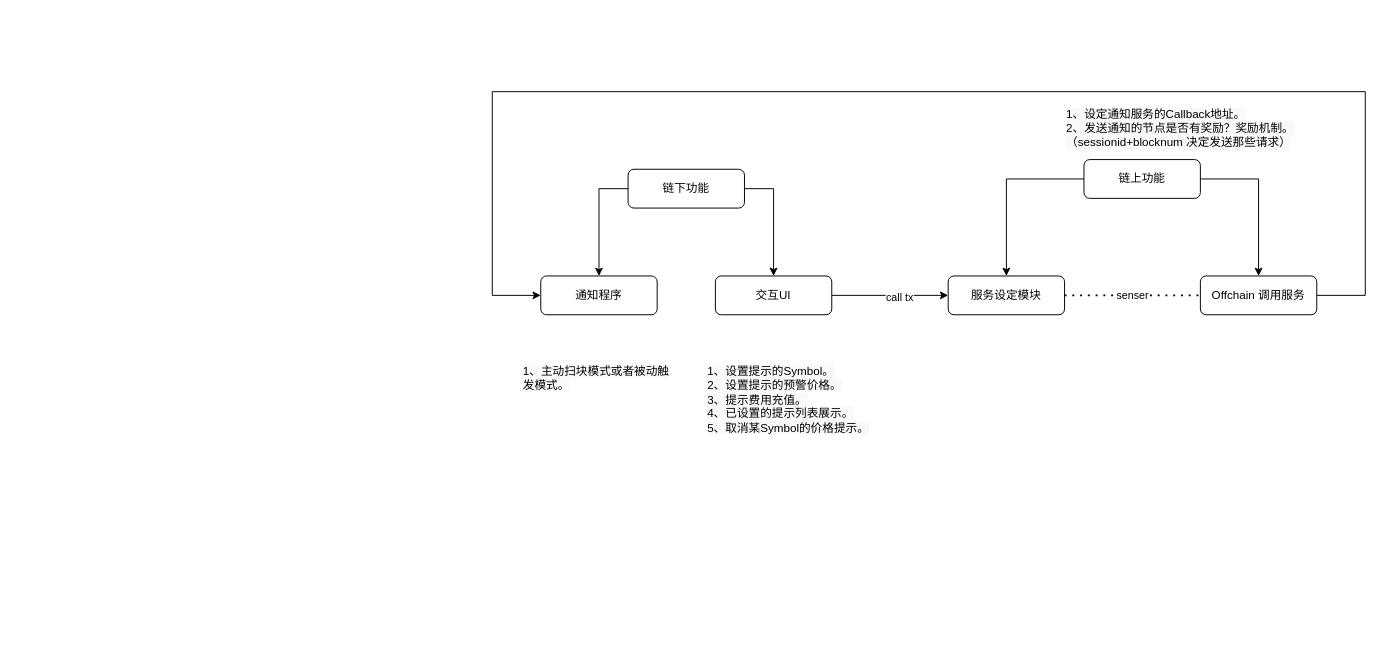
This is page "功能流程" (1 of 5) of 自动报价程序.drawio from kami1983/umls, a draw.io file, before an edit. Source tidied: cells renumbered, new cells numbered last; positions are measured from the earlier drawing's top-left corner, leaving out a move shared by most shapes. Both pictures are drawn from the tidied source at 97%, with x=0, y=0 at pixel (492, 91).
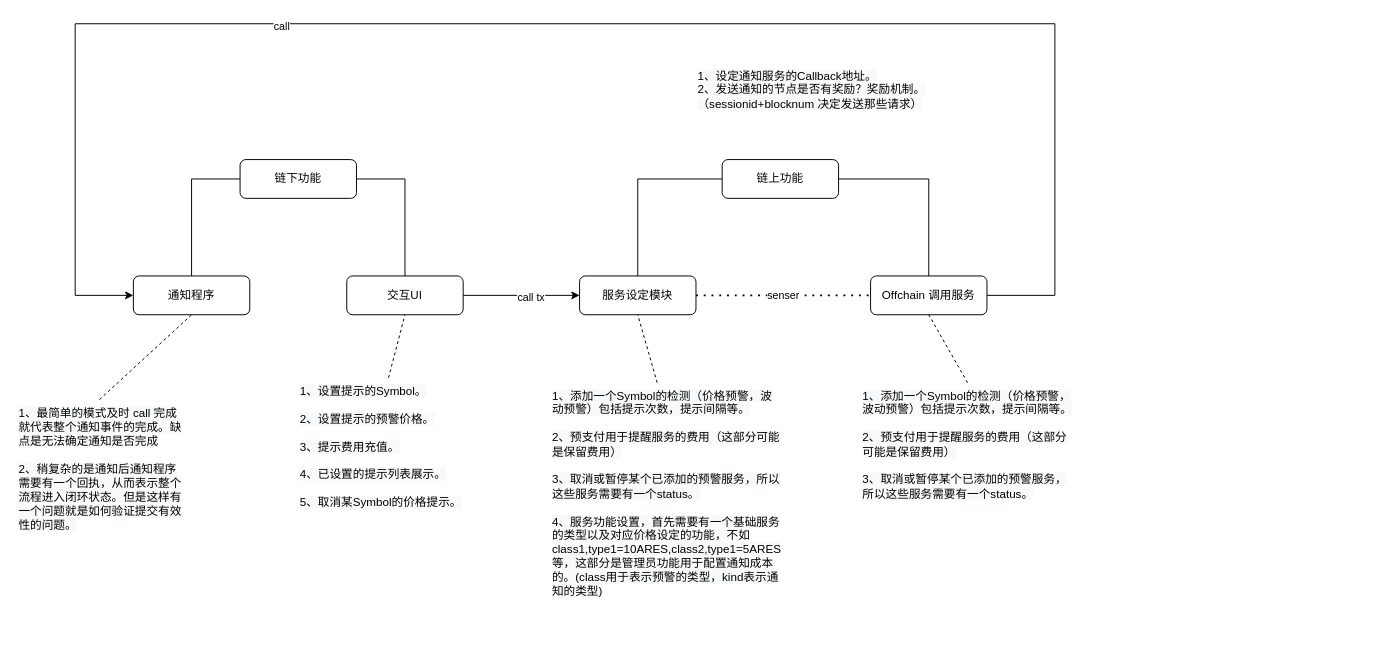
Above is the later version.

Change to the diagram source:
```diff
@@
-    <mxCell id="2" style="edgeStyle=orthogonalEdgeStyle;rounded=0;jettySize=auto;html=1;entryX=0.5;entryY=0;entryDx=0;entryDy=0;" parent="1" edge="1" source="4" target="14">
-      <mxGeometry relative="1" as="geometry" />
+    <mxCell id="2" style="edgeStyle=orthogonalEdgeStyle;rounded=0;jettySize=auto;html=1;entryX=0.5;entryY=0;entryDx=0;entryDy=0;endArrow=none;endFill=0;" parent="1" edge="1" source="4" target="14">
+      <mxGeometry relative="1" as="geometry">
+        <Array as="points">
+          <mxPoint x="150" y="90" />
+        </Array>
+      </mxGeometry>
     </mxCell>
-    <mxCell id="3" style="edgeStyle=orthogonalEdgeStyle;rounded=0;jettySize=auto;html=1;entryX=0.5;entryY=0;entryDx=0;entryDy=0;" parent="1" edge="1" source="4" target="16">
+    <mxCell id="3" style="edgeStyle=orthogonalEdgeStyle;rounded=0;jettySize=auto;html=1;entryX=0.5;entryY=0;entryDx=0;entryDy=0;endArrow=none;endFill=0;" parent="1" edge="1" source="4" target="16">
       <mxGeometry relative="1" as="geometry">
         <Array as="points">
-          <mxPoint x="790" y="90" />
+          <mxPoint x="450" y="90" />
         </Array>
       </mxGeometry>
     </mxCell>
     <mxCell id="4" value="链上功能" style="rounded=1;whiteSpace=wrap;html=1;fontSize=12;glass=0;strokeWidth=1;shadow=0;" parent="1" vertex="1">
-      <mxGeometry x="610" y="70" width="120" height="40" as="geometry" />
+      <mxGeometry x="237" y="70" width="120" height="40" as="geometry" />
     </mxCell>
-    <mxCell id="5" style="edgeStyle=orthogonalEdgeStyle;rounded=0;jettySize=auto;html=1;" parent="1" edge="1" source="7" target="9">
-      <mxGeometry relative="1" as="geometry">
-        <Array as="points">
-          <mxPoint x="110" y="100" />
-        </Array>
-      </mxGeometry>
+    <mxCell id="5" style="rounded=0;jettySize=auto;html=1;entryX=0.5;entryY=0;entryDx=0;entryDy=0;exitX=0;exitY=0.5;exitDx=0;exitDy=0;edgeStyle=orthogonalEdgeStyle;endArrow=none;endFill=0;" parent="1" edge="1" source="7" target="9">
+      <mxGeometry relative="1" as="geometry" />
     </mxCell>
-    <mxCell id="6" style="edgeStyle=orthogonalEdgeStyle;rounded=0;jettySize=auto;html=1;" parent="1" edge="1" source="7" target="12">
-      <mxGeometry relative="1" as="geometry">
-        <Array as="points">
-          <mxPoint x="290" y="100" />
-        </Array>
-      </mxGeometry>
+    <mxCell id="6" style="rounded=0;jettySize=auto;html=1;exitX=1;exitY=0.5;exitDx=0;exitDy=0;entryX=0.5;entryY=0;entryDx=0;entryDy=0;edgeStyle=orthogonalEdgeStyle;endArrow=none;endFill=0;" parent="1" edge="1" source="7" target="12">
+      <mxGeometry relative="1" as="geometry" />
     </mxCell>
     <mxCell id="7" value="链下功能" style="rounded=1;whiteSpace=wrap;html=1;fontSize=12;glass=0;strokeWidth=1;shadow=0;" parent="1" vertex="1">
-      <mxGeometry x="140" y="80" width="120" height="40" as="geometry" />
+      <mxGeometry x="-260" y="70" width="120" height="40" as="geometry" />
     </mxCell>
-    <mxCell id="8" value="&lt;span style=&quot;color: rgb(0, 0, 0); font-family: Helvetica; font-size: 12px; font-style: normal; font-variant-ligatures: normal; font-variant-caps: normal; font-weight: 400; letter-spacing: normal; orphans: 2; text-align: center; text-indent: 0px; text-transform: none; widows: 2; word-spacing: 0px; -webkit-text-stroke-width: 0px; background-color: rgb(248, 249, 250); text-decoration-thickness: initial; text-decoration-style: initial; text-decoration-color: initial; float: none; display: inline !important;&quot;&gt;1、设置提示的Symbol。&lt;br&gt;2、设置提示的预警价格。&lt;br&gt;3、提示费用充值。&lt;br&gt;4、已设置的提示列表展示。&lt;br&gt;5、取消某Symbol的价格提示。&lt;br&gt;&lt;/span&gt;" style="text;whiteSpace=wrap;html=1;" parent="1" vertex="1">
-      <mxGeometry x="220" y="275" width="220" height="100" as="geometry" />
+    <mxCell id="8" value="&lt;span style=&quot;color: rgb(0, 0, 0); font-family: Helvetica; font-size: 12px; font-style: normal; font-variant-ligatures: normal; font-variant-caps: normal; font-weight: 400; letter-spacing: normal; orphans: 2; text-align: center; text-indent: 0px; text-transform: none; widows: 2; word-spacing: 0px; -webkit-text-stroke-width: 0px; background-color: rgb(248, 249, 250); text-decoration-thickness: initial; text-decoration-style: initial; text-decoration-color: initial; float: none; display: inline !important;&quot;&gt;1、设置提示的Symbol。&lt;br&gt;&lt;br&gt;2、设置提示的预警价格。&lt;br&gt;&lt;br&gt;3、提示费用充值。&lt;br&gt;&lt;br&gt;4、已设置的提示列表展示。&lt;br&gt;&lt;br&gt;5、取消某Symbol的价格提示。&lt;br&gt;&lt;/span&gt;" style="text;whiteSpace=wrap;html=1;" parent="1" vertex="1">
+      <mxGeometry x="-200" y="295" width="186" height="155" as="geometry" />
     </mxCell>
     <mxCell id="9" value="通知程序" style="rounded=1;whiteSpace=wrap;html=1;fontSize=12;glass=0;strokeWidth=1;shadow=0;" parent="1" vertex="1">
-      <mxGeometry x="50" y="190" width="120" height="40" as="geometry" />
+      <mxGeometry x="-370" y="190" width="120" height="40" as="geometry" />
     </mxCell>
@@
     <mxCell id="12" value="交互UI" style="rounded=1;whiteSpace=wrap;html=1;fontSize=12;glass=0;strokeWidth=1;shadow=0;" parent="1" vertex="1">
-      <mxGeometry x="230" y="190" width="120" height="40" as="geometry" />
+      <mxGeometry x="-150" y="190" width="120" height="40" as="geometry" />
     </mxCell>
-    <mxCell id="13" value="&lt;span style=&quot;color: rgb(0, 0, 0); font-family: Helvetica; font-size: 12px; font-style: normal; font-variant-ligatures: normal; font-variant-caps: normal; font-weight: 400; letter-spacing: normal; orphans: 2; text-align: center; text-indent: 0px; text-transform: none; widows: 2; word-spacing: 0px; -webkit-text-stroke-width: 0px; background-color: rgb(248, 249, 250); text-decoration-thickness: initial; text-decoration-style: initial; text-decoration-color: initial; float: none; display: inline !important;&quot;&gt;1、主动扫块模式或者被动触发模式。&lt;br&gt;&lt;/span&gt;" style="text;whiteSpace=wrap;html=1;" parent="1" vertex="1">
-      <mxGeometry x="30" y="275" width="160" height="70" as="geometry" />
+    <mxCell id="13" value="&lt;span style=&quot;color: rgb(0, 0, 0); font-family: Helvetica; font-size: 12px; font-style: normal; font-variant-ligatures: normal; font-variant-caps: normal; font-weight: 400; letter-spacing: normal; orphans: 2; text-align: center; text-indent: 0px; text-transform: none; widows: 2; word-spacing: 0px; -webkit-text-stroke-width: 0px; background-color: rgb(248, 249, 250); text-decoration-thickness: initial; text-decoration-style: initial; text-decoration-color: initial; float: none; display: inline !important;&quot;&gt;1、最简单的模式及时 call 完成就代表整个通知事件的完成。缺点是无法确定通知是否完成&lt;br&gt;&lt;br&gt;2、稍复杂的是通知后通知程序需要有一个回执，从而表示整个流程进入闭环状态。但是这样有一个问题就是如何验证提交有效性的问题。&lt;br&gt;&lt;/span&gt;" style="text;whiteSpace=wrap;html=1;" parent="1" vertex="1">
+      <mxGeometry x="-490" y="317.5" width="170" height="70" as="geometry" />
     </mxCell>
     <mxCell id="14" value="服务设定模块" style="rounded=1;whiteSpace=wrap;html=1;fontSize=12;glass=0;strokeWidth=1;shadow=0;" parent="1" vertex="1">
-      <mxGeometry x="470" y="190" width="120" height="40" as="geometry" />
+      <mxGeometry x="90" y="190" width="120" height="40" as="geometry" />
     </mxCell>
     <mxCell id="15" style="edgeStyle=orthogonalEdgeStyle;rounded=0;jettySize=auto;html=1;entryX=0;entryY=0.5;entryDx=0;entryDy=0;" parent="1" edge="1" source="16" target="9">
       <mxGeometry relative="1" as="geometry">
         <Array as="points">
-          <mxPoint x="900" y="210" />
-          <mxPoint x="900" />
-          <mxPoint />
-          <mxPoint y="210" />
+          <mxPoint x="580" y="210" />
+          <mxPoint x="580" y="-70" />
+          <mxPoint x="-430" y="-70" />
+          <mxPoint x="-430" y="210" />
         </Array>
       </mxGeometry>
     </mxCell>
+    <mxCell id="19" value="call" style="edgeLabel;html=1;align=center;verticalAlign=middle;" parent="15" vertex="1">
+      <mxGeometry x="0.35" y="2" relative="1" as="geometry" />
+    </mxCell>
     <mxCell id="16" value="Offchain 调用服务" style="rounded=1;whiteSpace=wrap;html=1;fontSize=12;glass=0;strokeWidth=1;shadow=0;" parent="1" vertex="1">
-      <mxGeometry x="730" y="190" width="120" height="40" as="geometry" />
+      <mxGeometry x="390" y="190" width="120" height="40" as="geometry" />
     </mxCell>
     <mxCell id="17" value="&lt;span style=&quot;color: rgb(0, 0, 0); font-family: Helvetica; font-size: 12px; font-style: normal; font-variant-ligatures: normal; font-variant-caps: normal; font-weight: 400; letter-spacing: normal; orphans: 2; text-align: center; text-indent: 0px; text-transform: none; widows: 2; word-spacing: 0px; -webkit-text-stroke-width: 0px; background-color: rgb(248, 249, 250); text-decoration-thickness: initial; text-decoration-style: initial; text-decoration-color: initial; float: none; display: inline !important;&quot;&gt;1、设定通知服务的Callback地址。&lt;br&gt;2、发送通知的节点是否有奖励？奖励机制。（sessionid+blocknum 决定发送那些请求）&lt;br&gt;&lt;/span&gt;" style="text;whiteSpace=wrap;html=1;" parent="1" vertex="1">
-      <mxGeometry x="590" y="10" width="280" height="30" as="geometry" />
+      <mxGeometry x="210" y="-30" width="280" height="30" as="geometry" />
     </mxCell>
@@
+    <mxCell id="20" style="endArrow=none;dashed=1;html=1;rounded=0;entryX=0.5;entryY=1;entryDx=0;entryDy=0;exitX=0.5;exitY=0;exitDx=0;exitDy=0;" parent="1" edge="1" source="13" target="9">
+      <mxGeometry relative="1" as="geometry" />
+    </mxCell>
+    <mxCell id="21" value="&lt;span style=&quot;color: rgb(0, 0, 0); font-family: Helvetica; font-size: 12px; font-style: normal; font-variant-ligatures: normal; font-variant-caps: normal; font-weight: 400; letter-spacing: normal; orphans: 2; text-align: center; text-indent: 0px; text-transform: none; widows: 2; word-spacing: 0px; -webkit-text-stroke-width: 0px; background-color: rgb(248, 249, 250); text-decoration-thickness: initial; text-decoration-style: initial; text-decoration-color: initial; float: none; display: inline !important;&quot;&gt;1、添加一个Symbol的检测（价格预警，波动预警）包括提示次数，提示间隔等。&lt;br&gt;&lt;br&gt;2、预支付用于提醒服务的费用（这部分可能是保留费用）&lt;br&gt;&lt;br&gt;3、取消或暂停某个已添加的预警服务，所以这些服务需要有一个status。&lt;br&gt;&lt;br&gt;4、服务功能设置，首先需要有一个基础服务的类型以及对应价格设定的功能，不如class1,type1=10ARES,class2,type1=5ARES等，这部分是管理员功能用于配置通知成本的。(class用于表示预警的类型，kind表示通知的类型)&lt;br&gt;&lt;/span&gt;" style="text;whiteSpace=wrap;html=1;" parent="1" vertex="1">
+      <mxGeometry x="60" y="300" width="220" height="280" as="geometry" />
+    </mxCell>
+    <mxCell id="22" value="&lt;span style=&quot;color: rgb(0, 0, 0); font-family: Helvetica; font-size: 12px; font-style: normal; font-variant-ligatures: normal; font-variant-caps: normal; font-weight: 400; letter-spacing: normal; orphans: 2; text-align: center; text-indent: 0px; text-transform: none; widows: 2; word-spacing: 0px; -webkit-text-stroke-width: 0px; background-color: rgb(248, 249, 250); text-decoration-thickness: initial; text-decoration-style: initial; text-decoration-color: initial; float: none; display: inline !important;&quot;&gt;1、添加一个Symbol的检测（价格预警，波动预警）包括提示次数，提示间隔等。&lt;br&gt;&lt;br&gt;2、预支付用于提醒服务的费用（这部分可能是保留费用）&lt;br&gt;&lt;br&gt;3、取消或暂停某个已添加的预警服务，所以这些服务需要有一个status。&lt;br&gt;&lt;/span&gt;" style="text;whiteSpace=wrap;html=1;" parent="1" vertex="1">
+      <mxGeometry x="380" y="300" width="220" height="135" as="geometry" />
+    </mxCell>
+    <mxCell id="23" style="endArrow=none;dashed=1;html=1;rounded=0;entryX=0.5;entryY=1;entryDx=0;entryDy=0;exitX=0.5;exitY=0;exitDx=0;exitDy=0;" parent="1" edge="1" source="8" target="12">
+      <mxGeometry relative="1" as="geometry" />
+    </mxCell>
+    <mxCell id="24" style="endArrow=none;dashed=1;html=1;rounded=0;entryX=0.5;entryY=1;entryDx=0;entryDy=0;exitX=0.5;exitY=0;exitDx=0;exitDy=0;" parent="1" edge="1" source="21" target="14">
+      <mxGeometry relative="1" as="geometry" />
+    </mxCell>
+    <mxCell id="25" style="endArrow=none;dashed=1;html=1;rounded=0;entryX=0.5;entryY=1;entryDx=0;entryDy=0;exitX=0.5;exitY=0;exitDx=0;exitDy=0;" parent="1" edge="1" source="22" target="16">
+      <mxGeometry relative="1" as="geometry" />
+    </mxCell>
```
